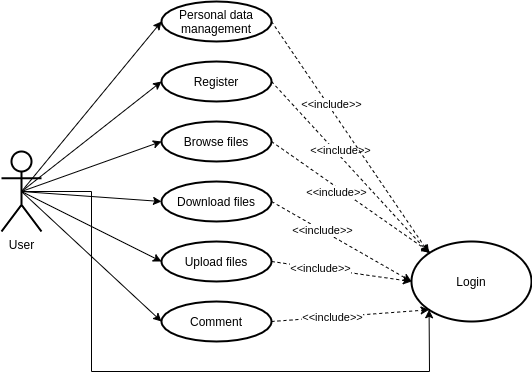
Earlier version of the draw.io export felhaszanlo_use-case.drawio.png (Mradvanyi123/Szbizt-Segmentation-Fault-Group). Source tidied: cells renumbered, new cells last; positions are measured from the earlier drawing's top-left corner, leaving out a move shared by most shapes. Source of this version:
```xml
<mxGraphModel>
  <root>
    <mxCell id="0" />
    <mxCell id="1" parent="0" />
    <mxCell id="2" value="User" style="shape=umlActor;verticalLabelPosition=bottom;verticalAlign=top;outlineConnect=0;strokeWidth=2;perimeterSpacing=0;flipH=0;flipV=0;horizontal=1;align=center;labelBorderColor=none;labelBackgroundColor=none;html=1;" parent="1" vertex="1">
      <mxGeometry y="150" width="40" height="80" as="geometry" />
    </mxCell>
    <mxCell id="3" value="Register" style="ellipse;whiteSpace=wrap;html=1;labelBackgroundColor=none;labelBorderColor=none;strokeWidth=2;fillColor=default;gradientColor=none;align=center;verticalAlign=middle;" parent="1" vertex="1">
      <mxGeometry x="160" y="60" width="110" height="40" as="geometry" />
    </mxCell>
    <mxCell id="4" value="Browse files" style="ellipse;whiteSpace=wrap;html=1;labelBackgroundColor=none;labelBorderColor=none;strokeWidth=2;fillColor=default;gradientColor=none;align=center;verticalAlign=middle;" parent="1" vertex="1">
      <mxGeometry x="160" y="120" width="110" height="40" as="geometry" />
    </mxCell>
    <mxCell id="5" value="Download files" style="ellipse;whiteSpace=wrap;html=1;labelBackgroundColor=none;labelBorderColor=none;strokeWidth=2;fillColor=default;gradientColor=none;align=center;verticalAlign=middle;" parent="1" vertex="1">
      <mxGeometry x="160" y="180" width="110" height="40" as="geometry" />
    </mxCell>
    <mxCell id="6" value="Upload files&lt;br&gt;" style="ellipse;whiteSpace=wrap;html=1;labelBackgroundColor=none;labelBorderColor=none;strokeWidth=2;fillColor=default;gradientColor=none;align=center;verticalAlign=middle;" parent="1" vertex="1">
      <mxGeometry x="160" y="240" width="110" height="40" as="geometry" />
    </mxCell>
    <mxCell id="7" value="Comment" style="ellipse;whiteSpace=wrap;html=1;labelBackgroundColor=none;labelBorderColor=none;strokeWidth=2;fillColor=default;gradientColor=none;align=center;verticalAlign=middle;" parent="1" vertex="1">
      <mxGeometry x="160" y="300" width="110" height="40" as="geometry" />
    </mxCell>
    <mxCell id="8" value="Login" style="ellipse;whiteSpace=wrap;html=1;labelBackgroundColor=none;labelBorderColor=none;strokeWidth=2;fillColor=default;gradientColor=none;align=center;verticalAlign=middle;" parent="1" vertex="1">
      <mxGeometry x="410" y="240" width="120" height="80" as="geometry" />
    </mxCell>
    <mxCell id="9" style="endArrow=classic;html=1;rounded=0;entryX=0;entryY=0;entryDx=0;entryDy=0;exitX=1;exitY=0.5;exitDx=0;exitDy=0;dashed=1;" parent="1" edge="1" source="3" target="8">
      <mxGeometry relative="1" as="geometry" />
    </mxCell>
    <mxCell id="10" value="&amp;lt;&amp;lt;include&amp;gt;&amp;gt;" style="edgeLabel;html=1;align=center;verticalAlign=middle;" parent="9" vertex="1">
      <mxGeometry x="-0.16" y="4" relative="1" as="geometry" />
    </mxCell>
    <mxCell id="11" style="endArrow=classic;html=1;rounded=0;exitX=1;exitY=0.5;exitDx=0;exitDy=0;dashed=1;" parent="1" edge="1" source="4" target="8">
      <mxGeometry relative="1" as="geometry" />
    </mxCell>
    <mxCell id="12" value="&amp;lt;&amp;lt;include&amp;gt;&amp;gt;" style="edgeLabel;html=1;align=center;verticalAlign=middle;" parent="11" vertex="1">
      <mxGeometry x="-0.15" y="-4" relative="1" as="geometry" />
    </mxCell>
    <mxCell id="13" style="endArrow=classic;html=1;rounded=0;exitX=1;exitY=0.5;exitDx=0;exitDy=0;entryX=0;entryY=0.5;entryDx=0;entryDy=0;dashed=1;" parent="1" edge="1" source="5" target="8">
      <mxGeometry relative="1" as="geometry" />
    </mxCell>
    <mxCell id="14" value="&amp;lt;&amp;lt;include&amp;gt;&amp;gt;" style="edgeLabel;html=1;align=center;verticalAlign=middle;" parent="13" vertex="1">
      <mxGeometry x="-0.28" relative="1" as="geometry" />
    </mxCell>
    <mxCell id="15" style="endArrow=classic;html=1;rounded=0;exitX=1;exitY=0.5;exitDx=0;exitDy=0;entryX=0;entryY=0.5;entryDx=0;entryDy=0;dashed=1;" parent="1" edge="1" source="6" target="8">
      <mxGeometry relative="1" as="geometry" />
    </mxCell>
    <mxCell id="16" value="&amp;lt;&amp;lt;include&amp;gt;&amp;gt;" style="edgeLabel;html=1;align=center;verticalAlign=middle;" parent="15" vertex="1">
      <mxGeometry x="-0.3" relative="1" as="geometry" />
    </mxCell>
    <mxCell id="17" style="endArrow=classic;html=1;rounded=0;entryX=0;entryY=1;entryDx=0;entryDy=0;exitX=1;exitY=0.5;exitDx=0;exitDy=0;dashed=1;" parent="1" edge="1" source="7" target="8">
      <mxGeometry relative="1" as="geometry" />
    </mxCell>
    <mxCell id="18" value="&amp;lt;&amp;lt;include&amp;gt;&amp;gt;" style="edgeLabel;html=1;align=center;verticalAlign=middle;" parent="17" vertex="1">
      <mxGeometry x="-0.23" relative="1" as="geometry" />
    </mxCell>
    <mxCell id="19" style="endArrow=classic;html=1;rounded=0;entryX=0;entryY=1;entryDx=0;entryDy=0;exitX=0.5;exitY=0.5;exitDx=0;exitDy=0;exitPerimeter=0;" parent="1" edge="1" source="2" target="8">
      <mxGeometry relative="1" as="geometry">
        <Array as="points">
          <mxPoint x="90" y="190" />
          <mxPoint x="90" y="370" />
          <mxPoint x="428" y="370" />
        </Array>
      </mxGeometry>
    </mxCell>
    <mxCell id="20" style="endArrow=classic;html=1;rounded=0;exitX=0.5;exitY=0.5;exitDx=0;exitDy=0;exitPerimeter=0;entryX=0;entryY=0.5;entryDx=0;entryDy=0;" parent="1" edge="1" source="2" target="3">
      <mxGeometry relative="1" as="geometry" />
    </mxCell>
    <mxCell id="21" style="endArrow=classic;html=1;rounded=0;exitX=0.5;exitY=0.5;exitDx=0;exitDy=0;exitPerimeter=0;entryX=0;entryY=0.5;entryDx=0;entryDy=0;" parent="1" edge="1" source="2" target="4">
      <mxGeometry relative="1" as="geometry" />
    </mxCell>
    <mxCell id="22" style="endArrow=classic;html=1;rounded=0;exitX=0.5;exitY=0.5;exitDx=0;exitDy=0;exitPerimeter=0;entryX=0;entryY=0.5;entryDx=0;entryDy=0;" parent="1" edge="1" source="2" target="5">
      <mxGeometry relative="1" as="geometry" />
    </mxCell>
    <mxCell id="23" style="endArrow=classic;html=1;rounded=0;exitX=0.5;exitY=0.5;exitDx=0;exitDy=0;exitPerimeter=0;entryX=0;entryY=0.5;entryDx=0;entryDy=0;" parent="1" edge="1" source="2" target="6">
      <mxGeometry relative="1" as="geometry" />
    </mxCell>
    <mxCell id="24" style="endArrow=classic;html=1;rounded=0;exitX=0.5;exitY=0.5;exitDx=0;exitDy=0;exitPerimeter=0;entryX=0;entryY=0.5;entryDx=0;entryDy=0;" parent="1" edge="1" source="2" target="7">
      <mxGeometry relative="1" as="geometry" />
    </mxCell>
    <mxCell id="25" value="Personal data management" style="ellipse;whiteSpace=wrap;html=1;strokeWidth=2;" parent="1" vertex="1">
      <mxGeometry x="160" width="110" height="40" as="geometry" />
    </mxCell>
    <mxCell id="26" style="endArrow=classic;html=1;rounded=0;exitX=0.5;exitY=0.5;exitDx=0;exitDy=0;exitPerimeter=0;entryX=0;entryY=0.5;entryDx=0;entryDy=0;" parent="1" edge="1" source="2" target="25">
      <mxGeometry relative="1" as="geometry" />
    </mxCell>
    <mxCell id="27" style="endArrow=classic;html=1;rounded=0;exitX=1;exitY=0.5;exitDx=0;exitDy=0;entryX=0;entryY=0;entryDx=0;entryDy=0;dashed=1;" parent="1" edge="1" source="25" target="8">
      <mxGeometry relative="1" as="geometry" />
    </mxCell>
    <mxCell id="28" value="&amp;lt;&amp;lt;include&amp;gt;&amp;gt;" style="edgeLabel;html=1;align=center;verticalAlign=middle;" parent="27" vertex="1">
      <mxGeometry x="-0.28" y="4" relative="1" as="geometry">
        <mxPoint x="-1" as="offset" />
      </mxGeometry>
    </mxCell>
  </root>
</mxGraphModel>
```
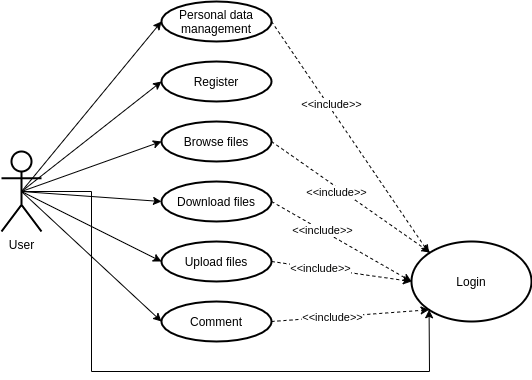
Later version of the same file.

The edit, as a diff of the source:
```diff
@@ -23,12 +23,6 @@
     <mxCell id="8" value="Login" style="ellipse;whiteSpace=wrap;html=1;labelBackgroundColor=none;labelBorderColor=none;strokeWidth=2;fillColor=default;gradientColor=none;align=center;verticalAlign=middle;" parent="1" vertex="1">
       <mxGeometry x="410" y="240" width="120" height="80" as="geometry" />
     </mxCell>
-    <mxCell id="9" style="endArrow=classic;html=1;rounded=0;entryX=0;entryY=0;entryDx=0;entryDy=0;exitX=1;exitY=0.5;exitDx=0;exitDy=0;dashed=1;" parent="1" edge="1" source="3" target="8">
-      <mxGeometry relative="1" as="geometry" />
-    </mxCell>
-    <mxCell id="10" value="&amp;lt;&amp;lt;include&amp;gt;&amp;gt;" style="edgeLabel;html=1;align=center;verticalAlign=middle;" parent="9" vertex="1">
-      <mxGeometry x="-0.16" y="4" relative="1" as="geometry" />
-    </mxCell>
     <mxCell id="11" style="endArrow=classic;html=1;rounded=0;exitX=1;exitY=0.5;exitDx=0;exitDy=0;dashed=1;" parent="1" edge="1" source="4" target="8">
       <mxGeometry relative="1" as="geometry" />
     </mxCell>
```
